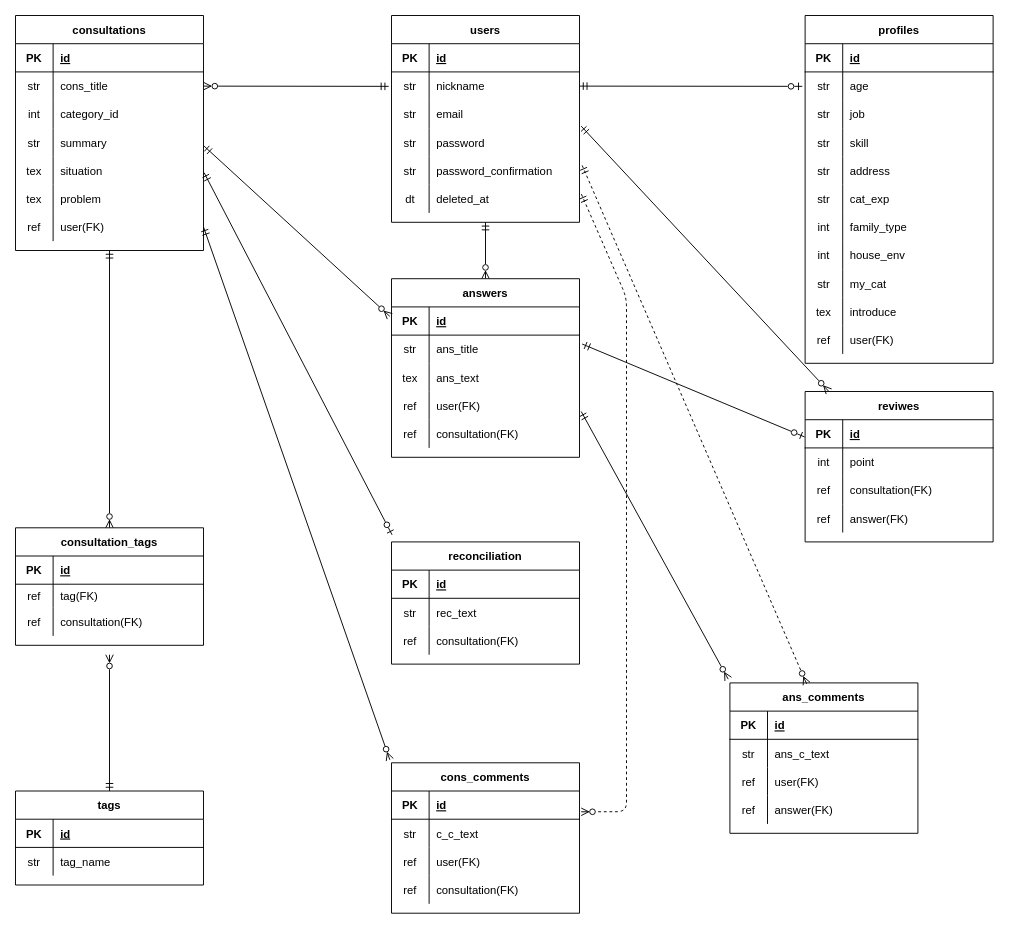
The draw.io diagram entity_relationship.dio in tatsumiwa-pg/brtc, before the edit. Source tidied: cells renumbered, new cells numbered last; positions are measured from the earlier drawing's top-left corner, leaving out a move shared by most shapes. Both pictures are drawn from the tidied source at 94%, with x=0, y=0 at pixel (15, 15).
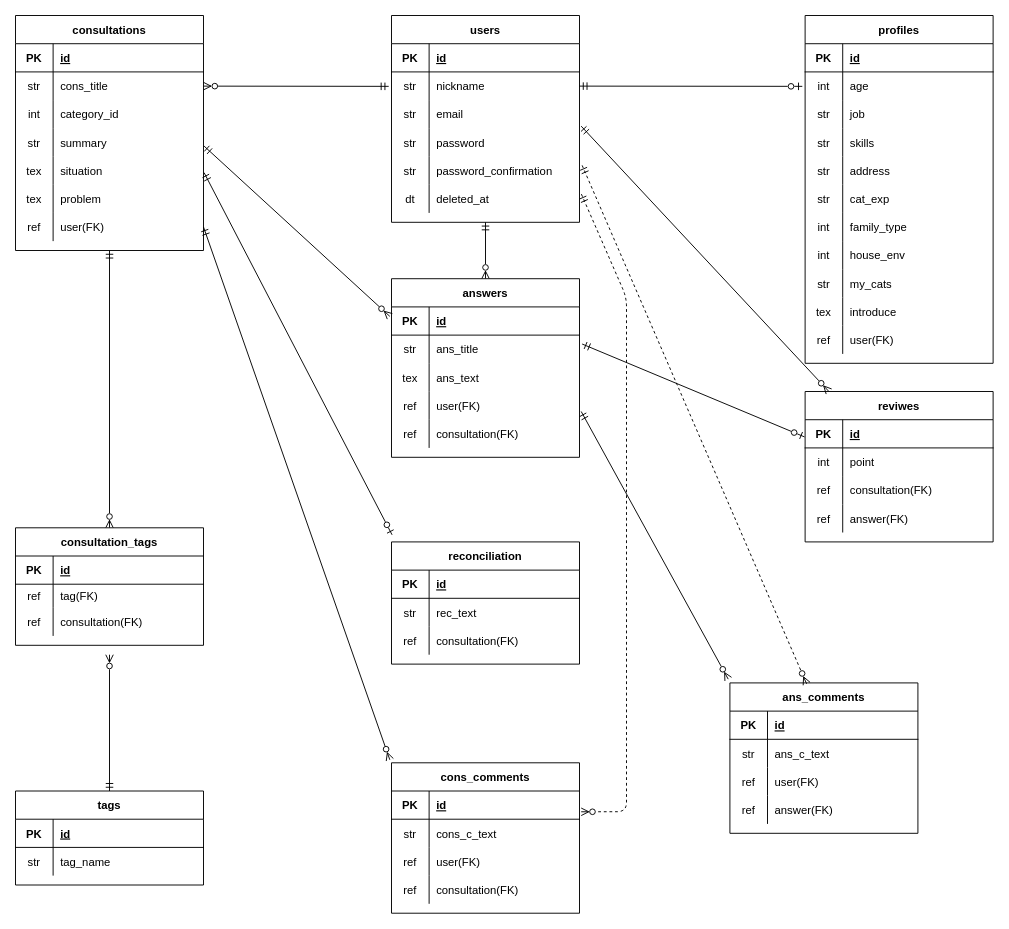
The same diagram, later.

Unchanged cells that the change refers to:
```xml
<mxCell id="101" style="shape=partialRectangle;fillColor=none;top=0;left=0;bottom=0;right=0;" parent="97" vertex="1">
  <mxGeometry y="60" width="200" height="30" as="geometry" />
</mxCell>
<mxCell id="114" style="shape=partialRectangle;fillColor=none;top=0;left=0;bottom=0;right=0;points=[[0,0.5],[1,0.5]];portConstraint=eastwest;" parent="110" vertex="1">
  <mxGeometry y="60" width="200" height="30" as="geometry" />
</mxCell>
<mxCell id="120" style="shape=partialRectangle;fillColor=none;top=0;left=0;bottom=0;right=0;" parent="110" vertex="1">
  <mxGeometry y="120" width="200" height="30" as="geometry" />
</mxCell>
<mxCell id="135" style="shape=partialRectangle;fillColor=none;top=0;left=0;bottom=0;right=0;" parent="110" vertex="1">
  <mxGeometry y="270" width="200" height="30" as="geometry" />
</mxCell>
```

Change to the diagram source:
```diff
@@
-    <mxCell id="103" value="c_c_text" style="shape=partialRectangle;fillColor=none;top=0;left=0;bottom=0;right=0;align=left;spacingLeft=6;overflow=hidden;" parent="101" vertex="1">
+    <mxCell id="103" value="cons_c_text" style="shape=partialRectangle;fillColor=none;top=0;left=0;bottom=0;right=0;align=left;spacingLeft=6;overflow=hidden;" parent="101" vertex="1">
       <mxGeometry x="40" width="160" height="30" as="geometry" />
     </mxCell>
@@
-    <mxCell id="115" value="str" style="shape=partialRectangle;fillColor=none;top=0;left=0;bottom=0;right=0;overflow=hidden;" parent="114" vertex="1">
+    <mxCell id="115" value="int" style="shape=partialRectangle;fillColor=none;top=0;left=0;bottom=0;right=0;overflow=hidden;" parent="114" vertex="1">
       <mxGeometry width="40" height="30" as="geometry" />
     </mxCell>
@@
-    <mxCell id="122" value="skill" style="shape=partialRectangle;fillColor=none;top=0;left=0;bottom=0;right=0;align=left;spacingLeft=6;overflow=hidden;" parent="120" vertex="1">
+    <mxCell id="122" value="skills" style="shape=partialRectangle;fillColor=none;top=0;left=0;bottom=0;right=0;align=left;spacingLeft=6;overflow=hidden;" parent="120" vertex="1">
       <mxGeometry x="40" width="160" height="30" as="geometry" />
     </mxCell>
@@
-    <mxCell id="137" value="my_cat" style="shape=partialRectangle;fillColor=none;top=0;left=0;bottom=0;right=0;align=left;spacingLeft=6;overflow=hidden;" parent="135" vertex="1">
+    <mxCell id="137" value="my_cats" style="shape=partialRectangle;fillColor=none;top=0;left=0;bottom=0;right=0;align=left;spacingLeft=6;overflow=hidden;" parent="135" vertex="1">
       <mxGeometry x="40" width="160" height="30" as="geometry" />
     </mxCell>
```
